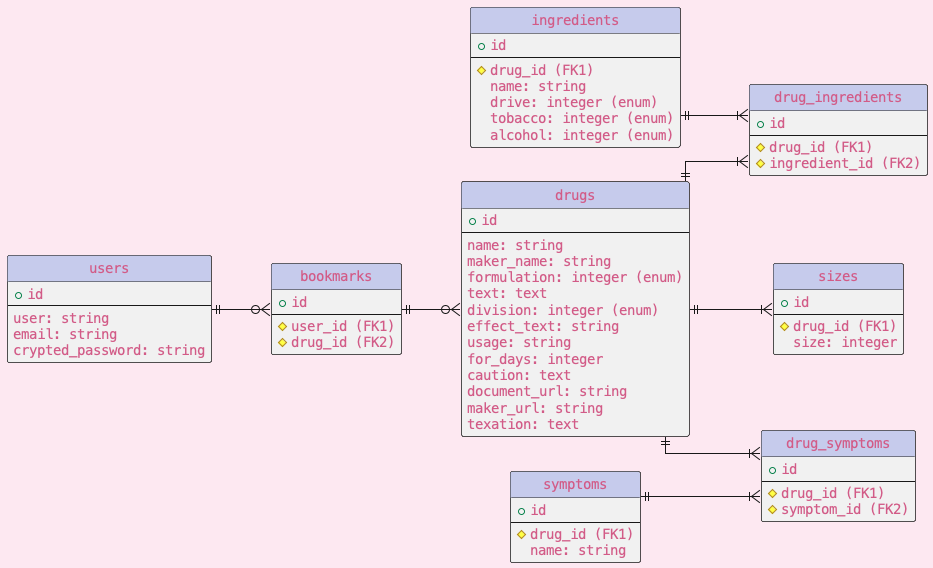
CarbazochromeT/drug_app keeps this PlantUML diagram as out/@startuml/@startuml.png. Above is the earlier version.
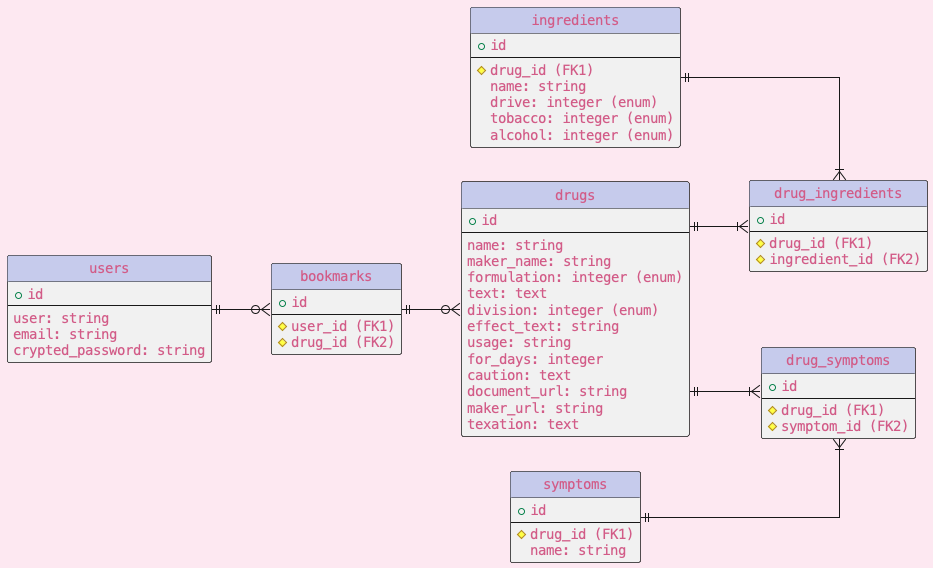
The same diagram one commit later.

Commit message:
sizeテーブルの削除

The edit, as a diff of the source:
```diff
@@ -60,14 +60,6 @@
 }
 
 
-entity "sizes" as e05 {
-+ id
---
-# drug_id (FK1)
-size: integer
-}
-
-
 
 entity "users" as e06 {
 + id
@@ -88,7 +80,6 @@
 e02 ||--|{ e08
 e01 ||--|{ e09
 e03 ||--|{ e09
-e01 ||--|{ e05
 e06 ||--o{ e07
 e07 ||--o{ e01
 
```
